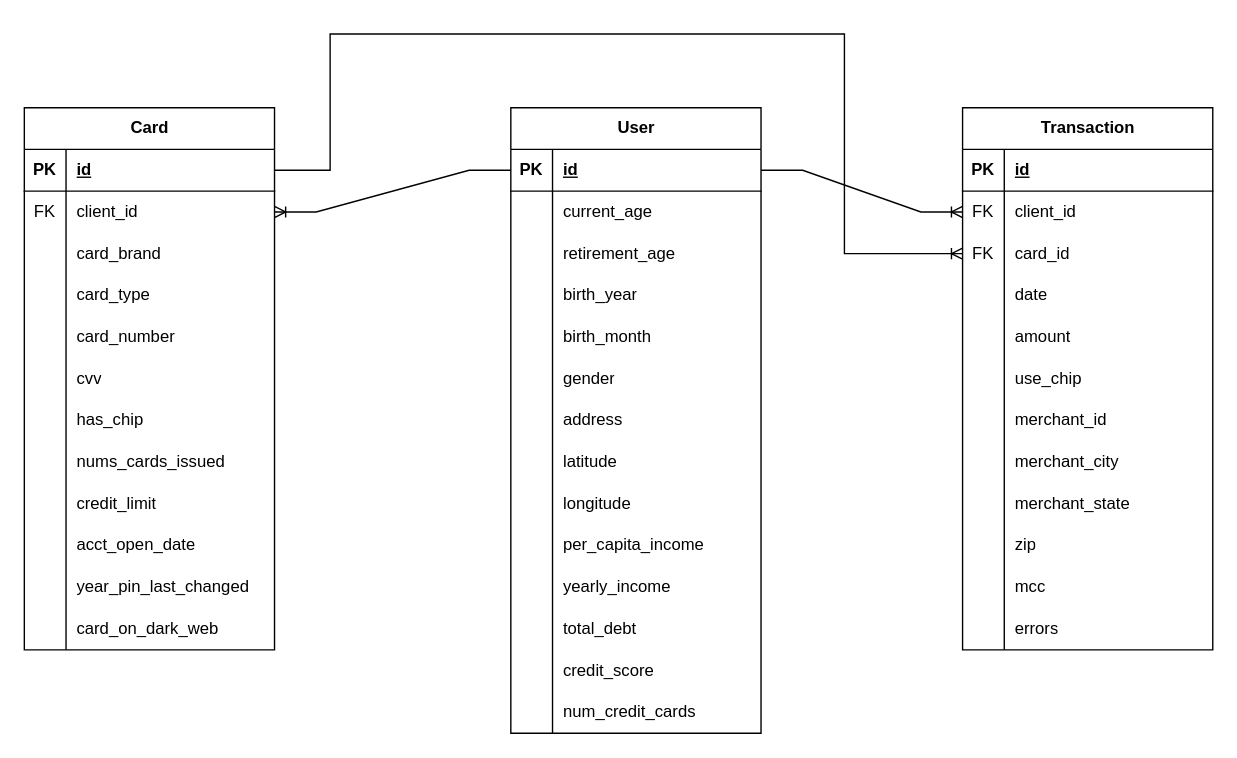
Earlier version of the draw.io diagram er.drawio (josedallatorre/adb-project). Source tidied: cells renumbered, new cells numbered last; positions are measured from the earlier drawing's top-left corner, leaving out a move shared by most shapes. Both pictures are drawn from the tidied source at 139%, with x=0, y=0 at pixel (-60, 19).
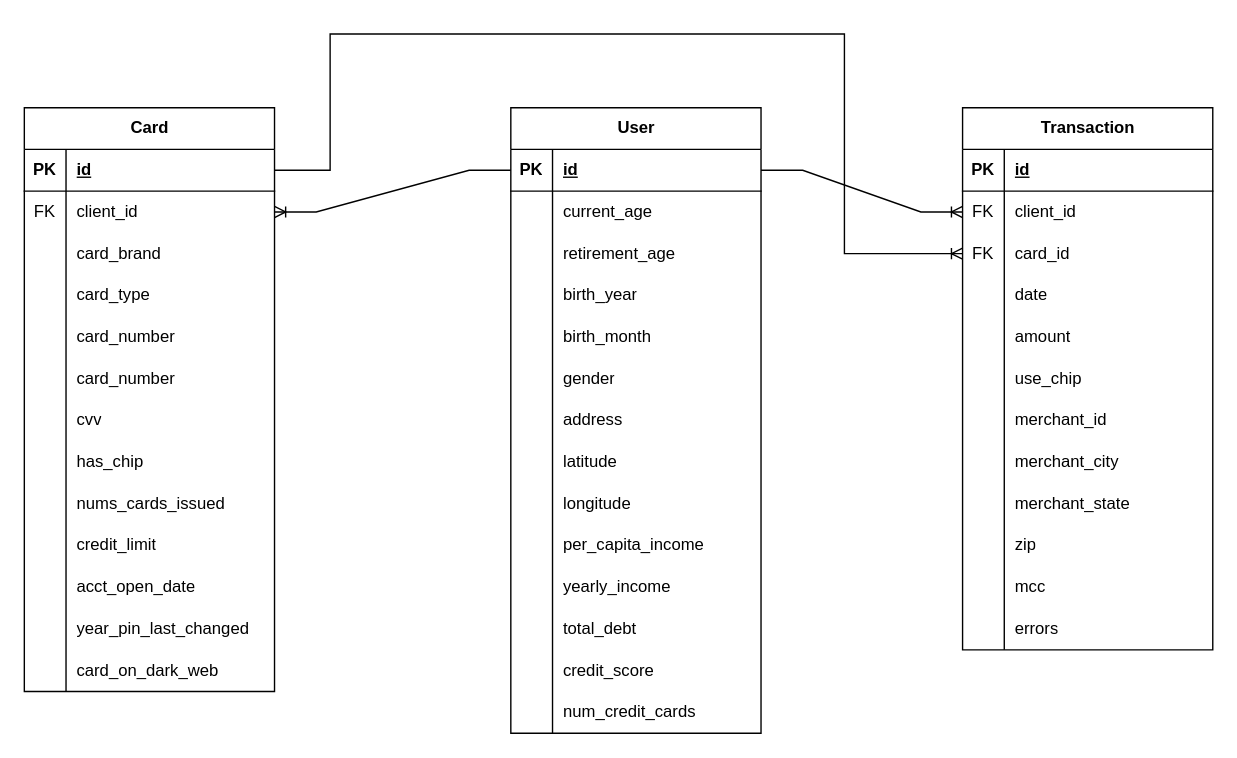
The same diagram, later.

Commit message (it also covers changes not shown here):
added relational diagram

What changed in the source:
```diff
@@
     <mxCell id="85" value="Card" style="shape=table;startSize=30;childLayout=tableLayout;rowLines=0;fontStyle=1;align=center;html=1;" parent="1" vertex="1">
-      <mxGeometry x="60" y="63" width="180" height="390" as="geometry" />
+      <mxGeometry x="60" y="63" width="180" height="420" as="geometry" />
     </mxCell>
@@
+    <mxCell id="122" style="shape=tableRow;horizontal=0;startSize=0;swimlaneHead=0;swimlaneBody=0;fillColor=none;top=0;left=0;right=0;bottom=0;" parent="85" vertex="1">
+      <mxGeometry y="180" width="180" height="30" as="geometry" />
+    </mxCell>
+    <mxCell id="123" style="shape=partialRectangle;fillColor=none;top=0;left=0;bottom=0;right=0;overflow=hidden;whiteSpace=wrap;html=1;" parent="122" vertex="1">
+      <mxGeometry width="30" height="30" as="geometry" />
+    </mxCell>
+    <mxCell id="124" value="card_number" style="shape=partialRectangle;fillColor=none;top=0;left=0;bottom=0;right=0;align=left;spacingLeft=6;overflow=hidden;whiteSpace=wrap;html=1;" parent="122" vertex="1">
+      <mxGeometry x="30" width="150" height="30" as="geometry" />
+    </mxCell>
     <mxCell id="101" style="shape=tableRow;horizontal=0;startSize=0;swimlaneHead=0;swimlaneBody=0;fillColor=none;top=0;left=0;right=0;bottom=0;" parent="85" vertex="1">
-      <mxGeometry y="180" width="180" height="30" as="geometry" />
+      <mxGeometry y="210" width="180" height="30" as="geometry" />
     </mxCell>
@@
     <mxCell id="104" style="shape=tableRow;horizontal=0;startSize=0;swimlaneHead=0;swimlaneBody=0;fillColor=none;top=0;left=0;right=0;bottom=0;" parent="85" vertex="1">
-      <mxGeometry y="210" width="180" height="30" as="geometry" />
+      <mxGeometry y="240" width="180" height="30" as="geometry" />
     </mxCell>
@@
     <mxCell id="107" style="shape=tableRow;horizontal=0;startSize=0;swimlaneHead=0;swimlaneBody=0;fillColor=none;top=0;left=0;right=0;bottom=0;" parent="85" vertex="1">
-      <mxGeometry y="240" width="180" height="30" as="geometry" />
+      <mxGeometry y="270" width="180" height="30" as="geometry" />
     </mxCell>
@@
     <mxCell id="110" style="shape=tableRow;horizontal=0;startSize=0;swimlaneHead=0;swimlaneBody=0;fillColor=none;top=0;left=0;right=0;bottom=0;" parent="85" vertex="1">
-      <mxGeometry y="270" width="180" height="30" as="geometry" />
+      <mxGeometry y="300" width="180" height="30" as="geometry" />
     </mxCell>
@@
     <mxCell id="113" style="shape=tableRow;horizontal=0;startSize=0;swimlaneHead=0;swimlaneBody=0;fillColor=none;top=0;left=0;right=0;bottom=0;" parent="85" vertex="1">
-      <mxGeometry y="300" width="180" height="30" as="geometry" />
+      <mxGeometry y="330" width="180" height="30" as="geometry" />
     </mxCell>
@@
     <mxCell id="116" style="shape=tableRow;horizontal=0;startSize=0;swimlaneHead=0;swimlaneBody=0;fillColor=none;top=0;left=0;right=0;bottom=0;" parent="85" vertex="1">
-      <mxGeometry y="330" width="180" height="30" as="geometry" />
+      <mxGeometry y="360" width="180" height="30" as="geometry" />
     </mxCell>
@@
     <mxCell id="119" style="shape=tableRow;horizontal=0;startSize=0;swimlaneHead=0;swimlaneBody=0;fillColor=none;top=0;left=0;right=0;bottom=0;" parent="85" vertex="1">
-      <mxGeometry y="360" width="180" height="30" as="geometry" />
+      <mxGeometry y="390" width="180" height="30" as="geometry" />
     </mxCell>
```
